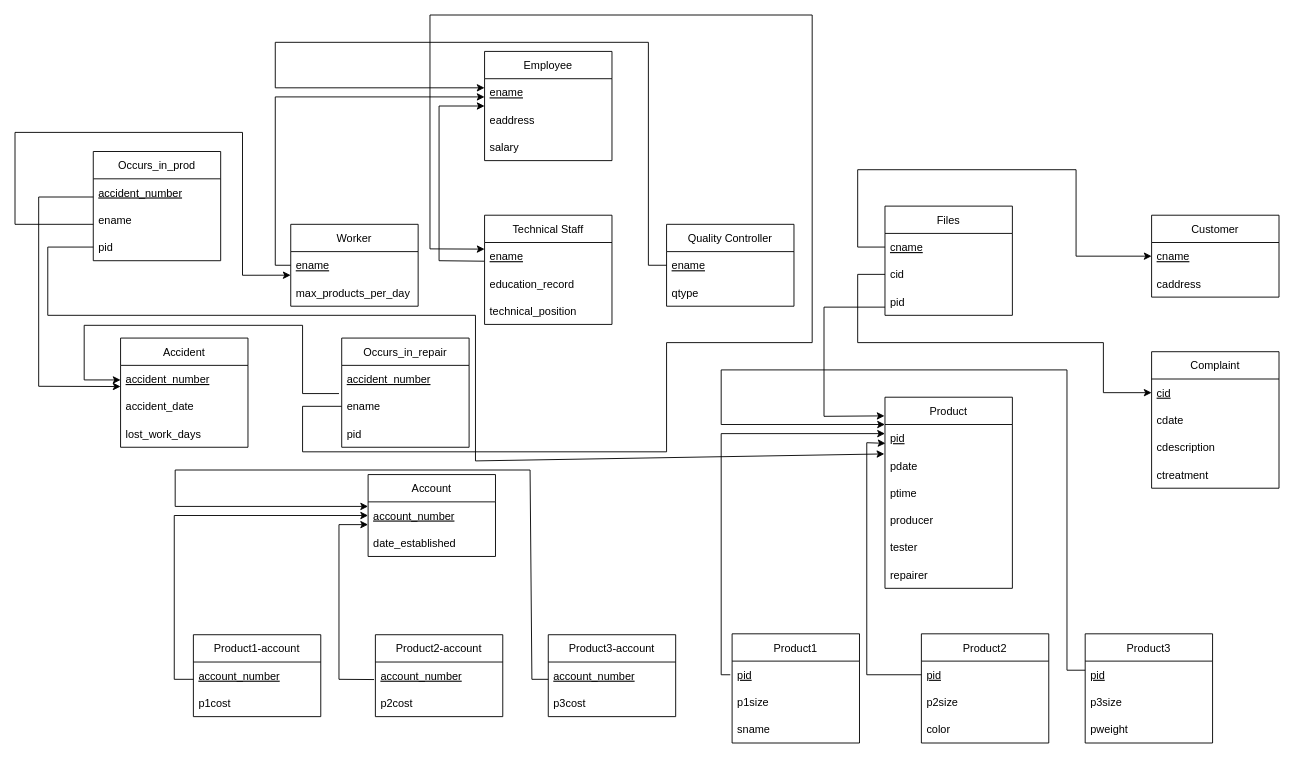
Before: schema_diagram.drawio in starrycode/ER-Diagrams, a draw.io diagram. Source tidied: cells renumbered, new cells numbered last; positions are measured from the earlier drawing's top-left corner, leaving out a move shared by most shapes. Both pictures are drawn from the tidied source at 91%, with x=0, y=0 at pixel (15, 15).
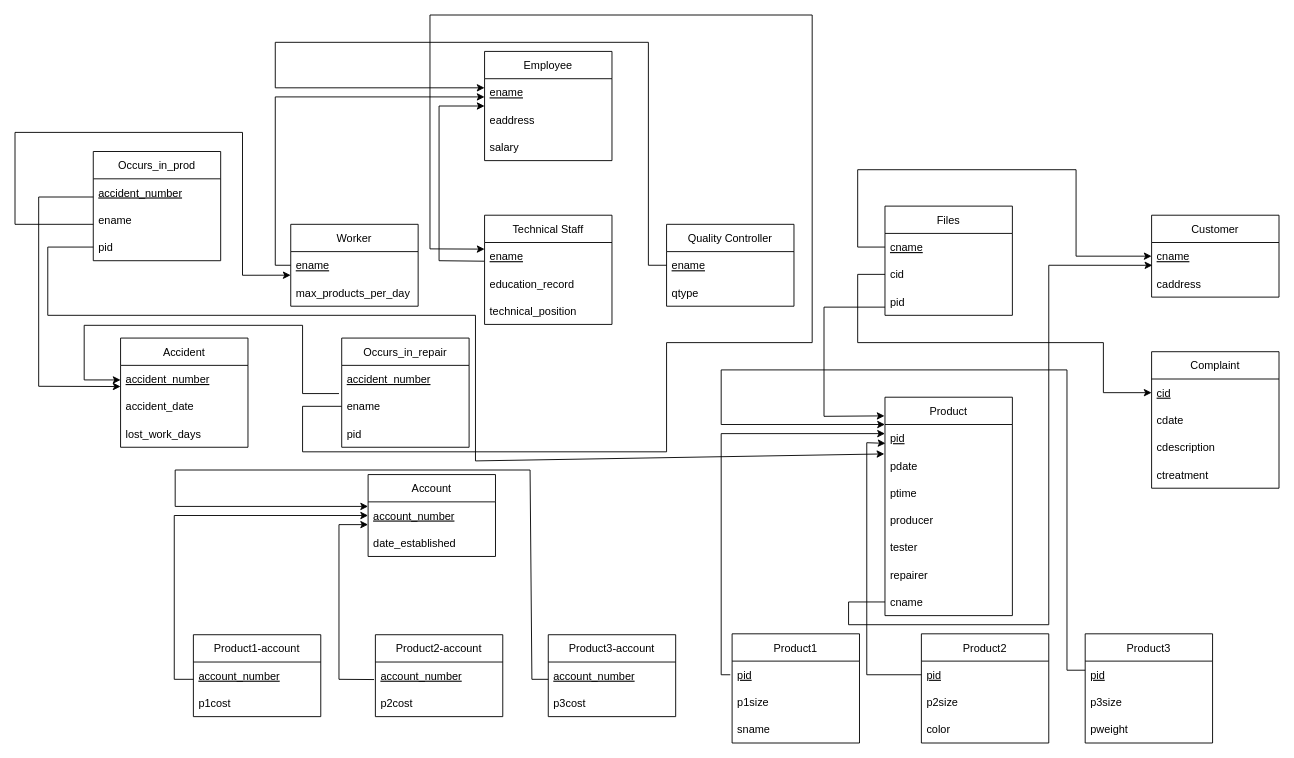
The same diagram, later.

Unchanged cells that the change refers to:
```xml
<mxCell id="20" value="cname" style="text;strokeColor=none;fillColor=none;align=left;verticalAlign=middle;spacingLeft=4;spacingRight=4;overflow=hidden;points=[[0,0.5],[1,0.5]];portConstraint=eastwest;fontStyle=4;" parent="19" vertex="1">
  <mxGeometry y="30" width="140" height="30" as="geometry" />
</mxCell>
```

Change to the diagram source:
```diff
@@
     <mxCell id="12" value="Product" style="swimlane;fontStyle=0;horizontal=1;startSize=30;" parent="1" vertex="1">
-      <mxGeometry x="956" y="420" width="140" height="210" as="geometry" />
+      <mxGeometry x="956" y="420" width="140" height="240" as="geometry" />
     </mxCell>
@@
+    <mxCell id="88" value="cname" style="text;strokeColor=none;fillColor=none;align=left;verticalAlign=middle;spacingLeft=4;spacingRight=4;overflow=hidden;points=[[0,0.5],[1,0.5]];portConstraint=eastwest;" parent="12" vertex="1">
+      <mxGeometry y="210" width="140" height="30" as="geometry" />
+    </mxCell>
@@
+    <mxCell id="89" style="endArrow=classic;html=1;rounded=0;entryX=0.006;entryY=0.835;entryDx=0;entryDy=0;entryPerimeter=0;exitX=0;exitY=0.5;exitDx=0;exitDy=0;" parent="1" edge="1" source="88" target="20">
+      <mxGeometry relative="1" as="geometry">
+        <Array as="points">
+          <mxPoint x="916" y="645" />
+          <mxPoint x="916" y="670" />
+          <mxPoint x="1136" y="670" />
+          <mxPoint x="1136" y="275" />
+        </Array>
+      </mxGeometry>
+    </mxCell>
```
